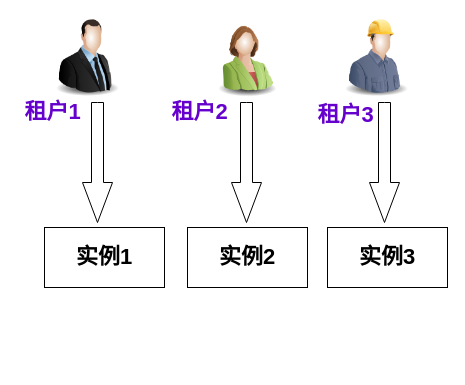
Above: workflow2.drawio in cnx-yunshen/xmlFile (draw.io), before the change. Source tidied: cells renumbered, new cells numbered last; positions are measured from the earlier drawing's top-left corner, leaving out a move shared by most shapes. Both pictures are drawn from the tidied source at 100%, with x=0, y=0 at pixel (17, 17).
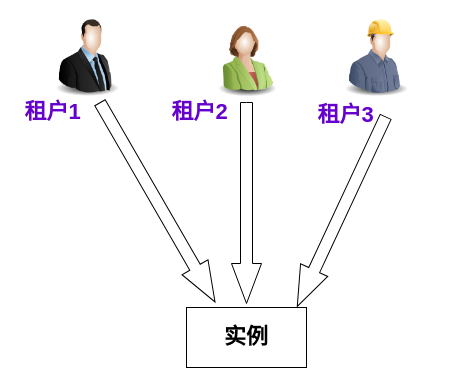
After the change.

What changed in the source:
```diff
@@
 <mxGraphModel>
   <root>
     <mxCell id="0" />
     <mxCell id="1" parent="0" />
     <mxCell id="2" style="image;html=1;image=img/lib/clip_art/people/Suit_Man_128x128.png;" parent="1" vertex="1">
       <mxGeometry x="30" width="80" height="80" as="geometry" />
     </mxCell>
     <mxCell id="3" style="image;html=1;image=img/lib/clip_art/people/Construction_Worker_Man_128x128.png;" parent="1" vertex="1">
       <mxGeometry x="319" width="80" height="80" as="geometry" />
     </mxCell>
     <mxCell id="4" style="image;html=1;image=img/lib/clip_art/people/Suit_Woman_Green_128x128.png;" parent="1" vertex="1">
       <mxGeometry x="189" width="80" height="80" as="geometry" />
     </mxCell>
-    <mxCell id="5" style="html=1;shadow=0;dashed=0;align=center;verticalAlign=middle;shape=mxgraph.arrows2.arrow;dy=0.6;dx=40;notch=0;rotation=90;" parent="1" vertex="1">
-      <mxGeometry x="20" y="130" width="120" height="30" as="geometry" />
+    <mxCell id="5" style="html=1;shadow=0;dashed=0;align=center;verticalAlign=middle;shape=mxgraph.arrows2.arrow;dy=0.6;dx=40;notch=0;rotation=60;" parent="1" vertex="1">
+      <mxGeometry x="25" y="169.8" width="230" height="30" as="geometry" />
     </mxCell>
     <mxCell id="6" style="html=1;shadow=0;dashed=0;align=center;verticalAlign=middle;shape=mxgraph.arrows2.arrow;dy=0.6;dx=40;notch=0;rotation=90;" parent="1" vertex="1">
-      <mxGeometry x="169" y="130" width="120" height="30" as="geometry" />
+      <mxGeometry x="128.5" y="170.5" width="201" height="30" as="geometry" />
     </mxCell>
-    <mxCell id="7" style="html=1;shadow=0;dashed=0;align=center;verticalAlign=middle;shape=mxgraph.arrows2.arrow;dy=0.6;dx=40;notch=0;rotation=90;" parent="1" vertex="1">
-      <mxGeometry x="307" y="130" width="120" height="30" as="geometry" />
+    <mxCell id="7" style="html=1;shadow=0;dashed=0;align=center;verticalAlign=middle;shape=mxgraph.arrows2.arrow;dy=0.6;dx=40;notch=0;rotation=-245;" parent="1" vertex="1">
+      <mxGeometry x="219.4" y="179.1" width="209.1" height="30" as="geometry" />
     </mxCell>
-    <mxCell id="8" value="&lt;b&gt;&lt;font style=&quot;font-size: 22px;&quot;&gt;实例1&lt;br&gt;&lt;/font&gt;&lt;/b&gt;" style="whiteSpace=wrap;html=1;" parent="1" vertex="1">
-      <mxGeometry x="27" y="210" width="120" height="60" as="geometry" />
-    </mxCell>
-    <mxCell id="9" value="&lt;div&gt;&lt;b&gt;&lt;font style=&quot;font-size: 22px;&quot;&gt;实例2&lt;/font&gt;&lt;/b&gt;&lt;/div&gt;" style="whiteSpace=wrap;html=1;" parent="1" vertex="1">
-      <mxGeometry x="170" y="210" width="120" height="60" as="geometry" />
+    <mxCell id="9" value="&lt;div&gt;&lt;b&gt;&lt;font style=&quot;font-size: 22px;&quot;&gt;实例&lt;/font&gt;&lt;/b&gt;&lt;/div&gt;" style="whiteSpace=wrap;html=1;" parent="1" vertex="1">
+      <mxGeometry x="169" y="290" width="120" height="60" as="geometry" />
     </mxCell>
-    <mxCell id="10" value="&lt;b&gt;&lt;font style=&quot;font-size: 22px;&quot;&gt;实例3&lt;/font&gt;&lt;/b&gt;" style="whiteSpace=wrap;html=1;" parent="1" vertex="1">
-      <mxGeometry x="310" y="210" width="120" height="60" as="geometry" />
-    </mxCell>
     <mxCell id="11" value="&lt;b&gt;&lt;font color=&quot;#6600CC&quot;&gt;租户1&lt;/font&gt;&lt;/b&gt;" style="text;html=1;align=center;verticalAlign=middle;strokeColor=none;fillColor=none;fontSize=22;" parent="1" vertex="1">
       <mxGeometry y="80" width="70" height="30" as="geometry" />
     </mxCell>
     <mxCell id="12" value="&lt;b&gt;&lt;font color=&quot;#6600CC&quot;&gt;租户2&lt;/font&gt;&lt;/b&gt;" style="text;html=1;align=center;verticalAlign=middle;strokeColor=none;fillColor=none;fontSize=22;" parent="1" vertex="1">
       <mxGeometry x="147" y="80" width="70" height="30" as="geometry" />
     </mxCell>
     <mxCell id="13" value="&lt;b&gt;&lt;font color=&quot;#6600CC&quot;&gt;租户3&lt;/font&gt;&lt;/b&gt;" style="text;html=1;align=center;verticalAlign=middle;strokeColor=none;fillColor=none;fontSize=22;" parent="1" vertex="1">
       <mxGeometry x="293" y="83" width="70" height="30" as="geometry" />
     </mxCell>
   </root>
 </mxGraphModel>
```
